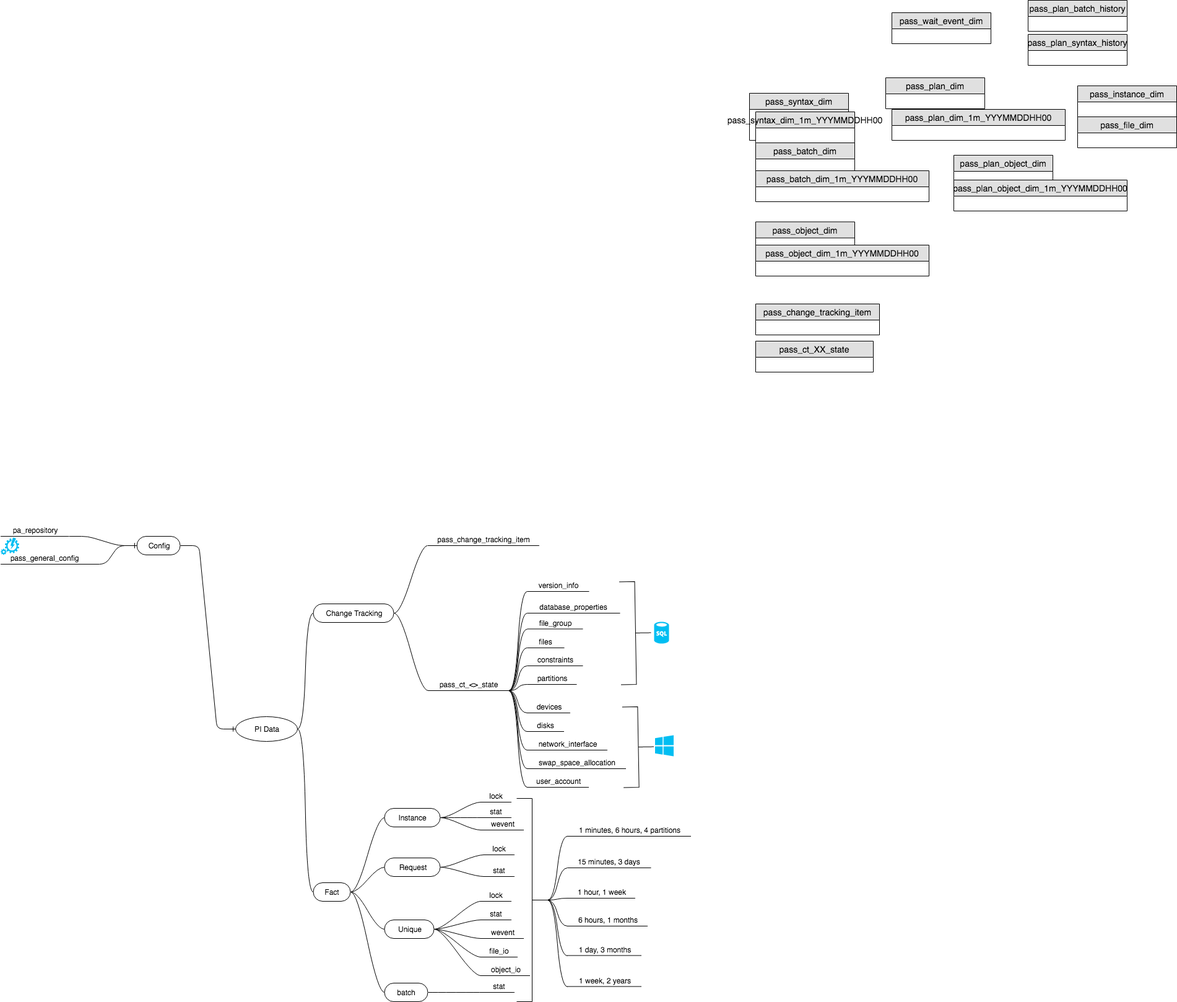
kevin-wang-cy/ibala keeps this draw.io diagram as FogDB/PI/images/schema-overview.png. Above is the earlier version. Source tidied: cells renumbered, new cells last; positions are measured from the earlier drawing's top-left corner, leaving out a move shared by most shapes.
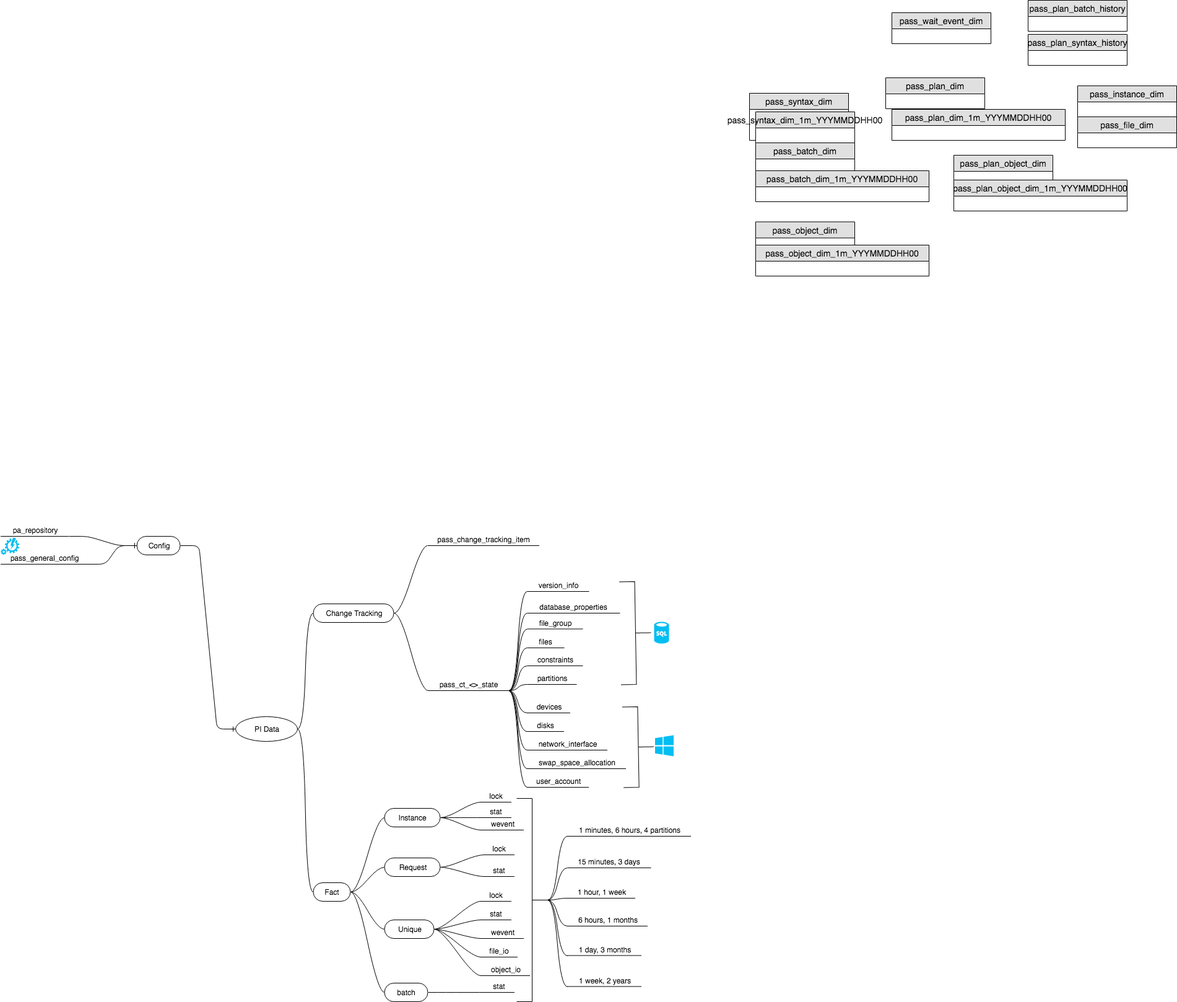
The same diagram one commit later.

Diff of the diagram source:
```diff
@@ -8,12 +8,6 @@
     <mxCell id="3" value="pass_batch_dim_1m_YYYMMDDHH00" style="swimlane;fontStyle=0;horizontal=1;startSize=26;fillColor=#e0e0e0;swimlaneFillColor=#ffffff;align=center;fontSize=14;" parent="1" vertex="1">
       <mxGeometry x="1220" y="275" width="280" height="50" as="geometry" />
     </mxCell>
-    <mxCell id="4" value="pass_change_tracking_item" style="swimlane;fontStyle=0;horizontal=1;startSize=26;fillColor=#e0e0e0;swimlaneFillColor=#ffffff;align=center;fontSize=14;" parent="1" vertex="1">
-      <mxGeometry x="1220" y="490" width="200" height="50" as="geometry" />
-    </mxCell>
-    <mxCell id="5" value="pass_ct_XX_state" style="swimlane;fontStyle=0;horizontal=1;startSize=26;fillColor=#e0e0e0;swimlaneFillColor=#ffffff;align=center;fontSize=14;" parent="1" vertex="1">
-      <mxGeometry x="1220" y="550" width="190" height="50" as="geometry" />
-    </mxCell>
     <mxCell id="6" value="pass_file_dim" style="swimlane;fontStyle=0;horizontal=1;startSize=26;fillColor=#e0e0e0;swimlaneFillColor=#ffffff;align=center;fontSize=14;" parent="1" vertex="1">
       <mxGeometry x="1740" y="188" width="160" height="50" as="geometry" />
     </mxCell>
```
